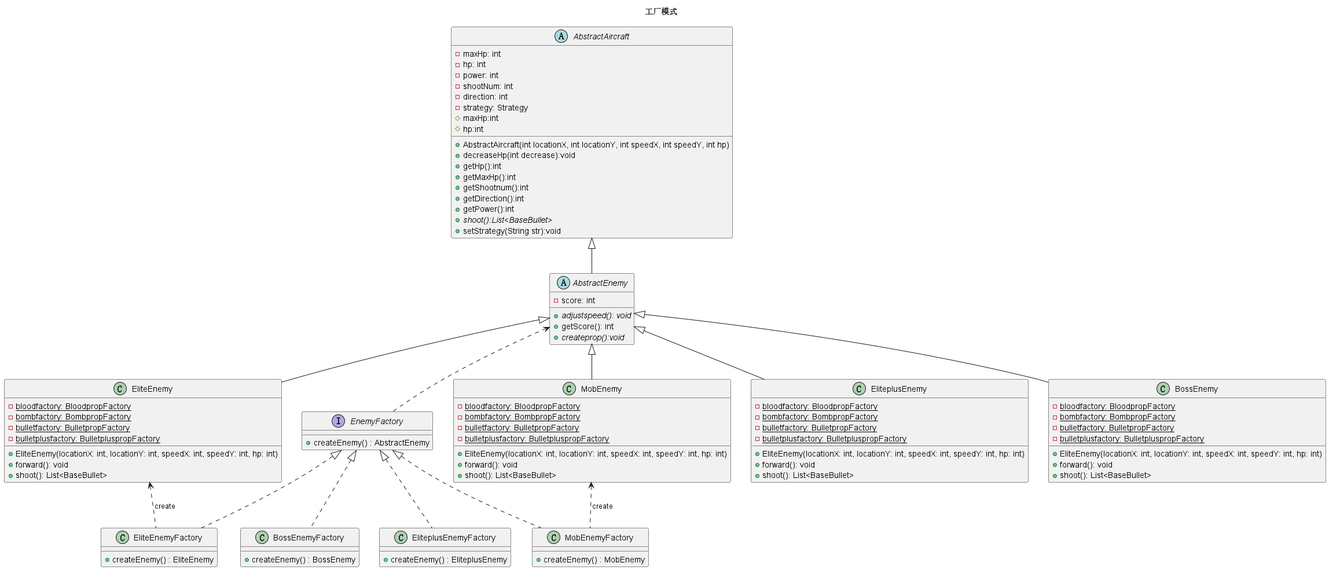
Above: uml图提交/敌机工厂.png in jangyicheng/Java-wargame (PlantUML), before the change. Its diagram source:
```plantuml
@startuml
title 工厂模式
abstract class AbstractAircraft
{
    -maxHp: int
    -hp: int
    -power: int
    -shootNum: int
    -direction: int
    -strategy: Strategy
	# maxHp:int
    # hp:int
    + AbstractAircraft(int locationX, int locationY, int speedX, int speedY, int hp)
    + decreaseHp(int decrease):void
    + getHp():int
    + getMaxHp():int
    + getShootnum():int
    +getDirection():int
    + getPower():int
    + {abstract} shoot():List<BaseBullet>
    + setStrategy(String str):void
 }

abstract class AbstractEnemy extends AbstractAircraft {
  - score: int
  + {abstract}adjustspeed(): void
  + getScore(): int
  + {abstract} createprop():void
}

class EliteEnemy extends AbstractEnemy {
    -{static}bloodfactory: BloodpropFactory
    -{static}bombfactory: BombpropFactory
    -{static}bulletfactory: BulletpropFactory
    -{static}bulletplusfactory: BulletpluspropFactory
  + EliteEnemy(locationX: int, locationY: int, speedX: int, speedY: int, hp: int)
  + forward(): void
  + shoot(): List<BaseBullet>
}
class EliteplusEnemy extends AbstractEnemy {
    -{static}bloodfactory: BloodpropFactory
    -{static}bombfactory: BombpropFactory
    -{static}bulletfactory: BulletpropFactory
    -{static}bulletplusfactory: BulletpluspropFactory
  + EliteEnemy(locationX: int, locationY: int, speedX: int, speedY: int, hp: int)
  + forward(): void
  + shoot(): List<BaseBullet>
}
class MobEnemy extends AbstractEnemy {
    -{static}bloodfactory: BloodpropFactory
    -{static}bombfactory: BombpropFactory
    -{static}bulletfactory: BulletpropFactory
    -{static}bulletplusfactory: BulletpluspropFactory
  + EliteEnemy(locationX: int, locationY: int, speedX: int, speedY: int, hp: int)
  + forward(): void
  + shoot(): List<BaseBullet>
}

class BossEnemy extends AbstractEnemy{
-{static}bloodfactory: BloodpropFactory
    -{static}bombfactory: BombpropFactory
    -{static}bulletfactory: BulletpropFactory
    -{static}bulletplusfactory: BulletpluspropFactory
  + EliteEnemy(locationX: int, locationY: int, speedX: int, speedY: int, hp: int)
  + forward(): void
  + shoot(): List<BaseBullet>
}

interface EnemyFactory {
    +createEnemy() : AbstractEnemy
}
class EliteEnemyFactory implements EnemyFactory{
    +createEnemy() : EliteEnemy
}
class MobEnemyFactory implements EnemyFactory{
    +createEnemy() : MobEnemy
}
class EliteplusEnemyFactory implements EnemyFactory{
    +createEnemy() : EliteplusEnemy
}
class BossEnemyFactory implements EnemyFactory{
    +createEnemy() : BossEnemy
}
AbstractEnemy<..EnemyFactory
EliteEnemy<.. EliteEnemyFactory:create
MobEnemy<.. MobEnemyFactory:create
@enduml
```
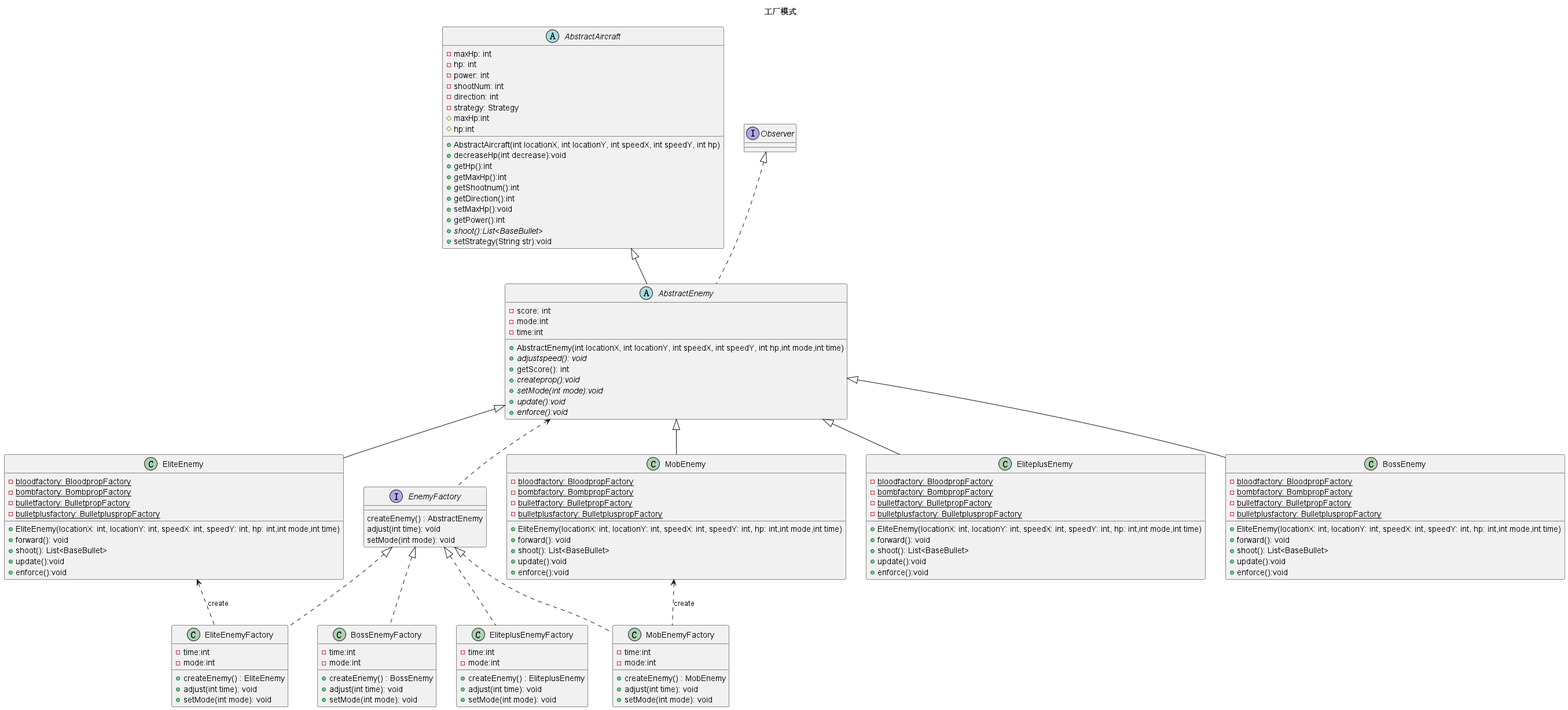
After the change.

Diff of the diagram source:
```diff
@@ -16,16 +16,23 @@
     + getMaxHp():int
     + getShootnum():int
     +getDirection():int
+    + setMaxHp():void
     + getPower():int
     + {abstract} shoot():List<BaseBullet>
     + setStrategy(String str):void
  }
 
-abstract class AbstractEnemy extends AbstractAircraft {
+abstract class AbstractEnemy extends AbstractAircraft implements Observer{
   - score: int
+      -mode:int
+      -time:int
+     + AbstractEnemy(int locationX, int locationY, int speedX, int speedY, int hp,int mode,int time)
   + {abstract}adjustspeed(): void
   + getScore(): int
   + {abstract} createprop():void
+  + {abstract} setMode(int mode):void
+  + {abstract} update():void
+  + {abstract} enforce():void
 }
 
 class EliteEnemy extends AbstractEnemy {
@@ -33,27 +40,33 @@
     -{static}bombfactory: BombpropFactory
     -{static}bulletfactory: BulletpropFactory
     -{static}bulletplusfactory: BulletpluspropFactory
-  + EliteEnemy(locationX: int, locationY: int, speedX: int, speedY: int, hp: int)
+  + EliteEnemy(locationX: int, locationY: int, speedX: int, speedY: int, hp: int,int mode,int time)
   + forward(): void
   + shoot(): List<BaseBullet>
+    + update():void
+    +enforce():void
 }
 class EliteplusEnemy extends AbstractEnemy {
     -{static}bloodfactory: BloodpropFactory
     -{static}bombfactory: BombpropFactory
     -{static}bulletfactory: BulletpropFactory
     -{static}bulletplusfactory: BulletpluspropFactory
-  + EliteEnemy(locationX: int, locationY: int, speedX: int, speedY: int, hp: int)
+  + EliteEnemy(locationX: int, locationY: int, speedX: int, speedY: int, hp: int,int mode,int time)
   + forward(): void
   + shoot(): List<BaseBullet>
+      + update():void
+      +enforce():void
 }
 class MobEnemy extends AbstractEnemy {
     -{static}bloodfactory: BloodpropFactory
     -{static}bombfactory: BombpropFactory
     -{static}bulletfactory: BulletpropFactory
     -{static}bulletplusfactory: BulletpluspropFactory
-  + EliteEnemy(locationX: int, locationY: int, speedX: int, speedY: int, hp: int)
+  + EliteEnemy(locationX: int, locationY: int, speedX: int, speedY: int, hp: int,int mode,int time)
   + forward(): void
   + shoot(): List<BaseBullet>
+      + update():void
+      +enforce():void
 }
 
 class BossEnemy extends AbstractEnemy{
@@ -61,25 +74,45 @@
     -{static}bombfactory: BombpropFactory
     -{static}bulletfactory: BulletpropFactory
     -{static}bulletplusfactory: BulletpluspropFactory
-  + EliteEnemy(locationX: int, locationY: int, speedX: int, speedY: int, hp: int)
+  + EliteEnemy(locationX: int, locationY: int, speedX: int, speedY: int, hp: int,int mode,int time)
   + forward(): void
   + shoot(): List<BaseBullet>
+      + update():void
+          +enforce():void
 }
 
 interface EnemyFactory {
-    +createEnemy() : AbstractEnemy
+    createEnemy() : AbstractEnemy
+    adjust(int time): void
+    setMode(int mode): void
 }
 class EliteEnemyFactory implements EnemyFactory{
+    -time:int
+    -mode:int
     +createEnemy() : EliteEnemy
+    +adjust(int time): void
+    +setMode(int mode): void
 }
 class MobEnemyFactory implements EnemyFactory{
+    -time:int
+    -mode:int
     +createEnemy() : MobEnemy
+    +adjust(int time): void
+    +setMode(int mode): void
 }
 class EliteplusEnemyFactory implements EnemyFactory{
+    -time:int
+    -mode:int
     +createEnemy() : EliteplusEnemy
+    +adjust(int time): void
+    +setMode(int mode): void
 }
 class BossEnemyFactory implements EnemyFactory{
+    -time:int
+    -mode:int
     +createEnemy() : BossEnemy
+    +adjust(int time): void
+    +setMode(int mode): void
 }
 AbstractEnemy<..EnemyFactory
 EliteEnemy<.. EliteEnemyFactory:create
```
